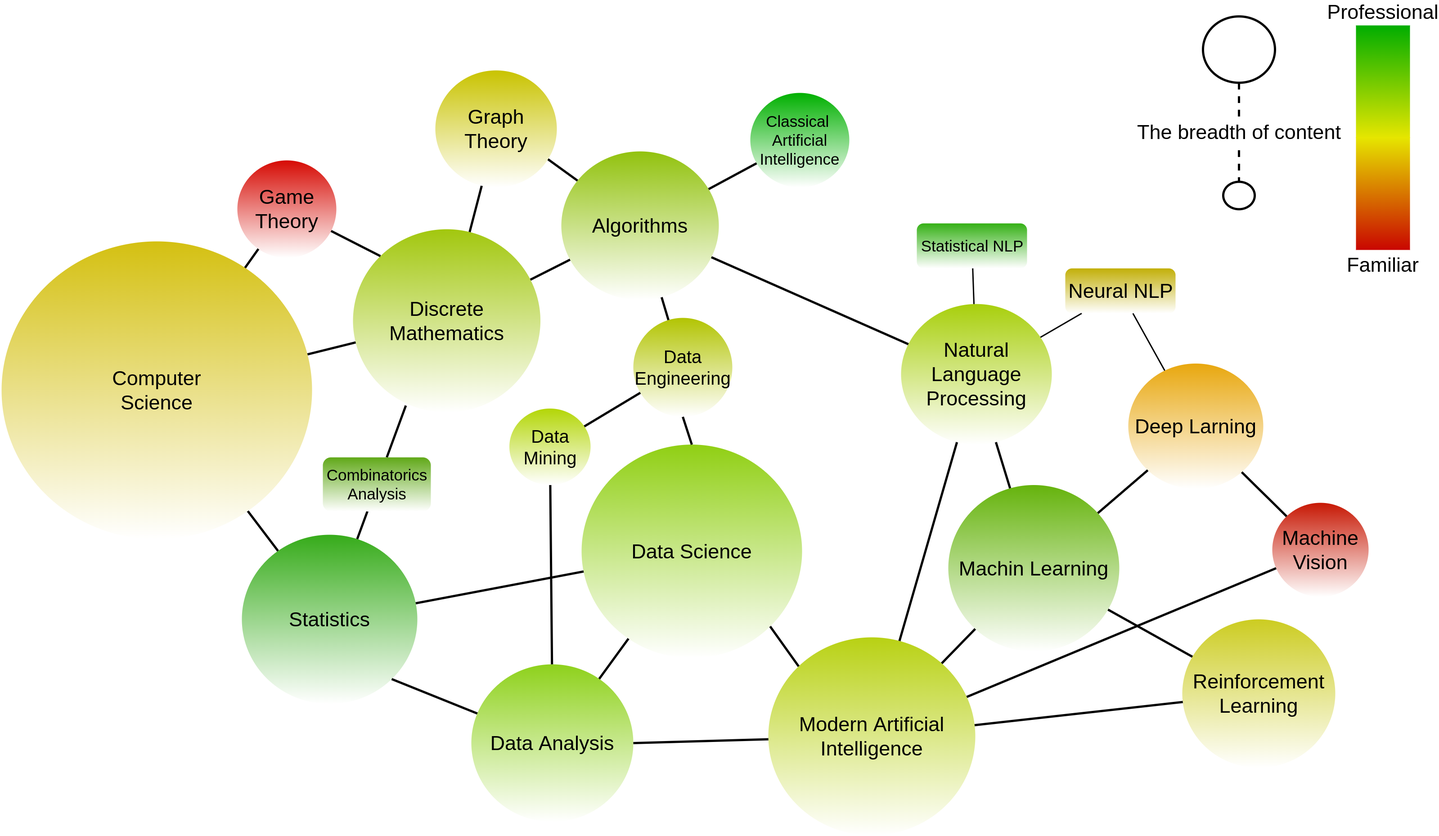
Before: images/Me and Science.png, a diagram exported from draw.io (TheShayegh/TheShayegh.github.io). Source tidied: cells renumbered, new cells last; positions are measured from the earlier drawing's top-left corner, leaving out a move shared by most shapes. Its diagram source:
```xml
<mxGraphModel background="#ffffff">
  <root>
    <mxCell id="0" />
    <mxCell id="1" parent="0" />
    <mxCell id="2" value="Discrete Mathematics" style="ellipse;whiteSpace=wrap;html=1;shadow=0;fontFamily=Helvetica;fontSize=45;align=center;strokeWidth=3;strokeColor=none;gradientColor=#ffffff;fillColor=#A2C70E;" parent="1" vertex="1">
      <mxGeometry x="781" y="473" width="416.5" height="407" as="geometry" />
    </mxCell>
    <mxCell id="3" value="Statistics" style="ellipse;whiteSpace=wrap;html=1;shadow=0;fontFamily=Helvetica;fontSize=45;align=center;strokeWidth=3;gradientColor=#ffffff;strokeColor=none;fillColor=#36AB1A;" parent="1" vertex="1">
      <mxGeometry x="534" y="1152" width="390" height="376" as="geometry" />
    </mxCell>
    <mxCell id="4" value="Data Science" style="ellipse;whiteSpace=wrap;html=1;shadow=0;fontFamily=Helvetica;fontSize=45;align=center;strokeWidth=3;strokeColor=none;gradientColor=#ffffff;fillColor=#90CF13;" parent="1" vertex="1">
      <mxGeometry x="1289" y="951.6" width="490" height="474.4" as="geometry" />
    </mxCell>
    <mxCell id="5" value="Modern Artificial Intelligence" style="ellipse;whiteSpace=wrap;html=1;shadow=0;fontFamily=Helvetica;fontSize=45;align=center;strokeWidth=3;strokeColor=none;gradientColor=#ffffff;fillColor=#B8D113;" parent="1" vertex="1">
      <mxGeometry x="1704" y="1380" width="460" height="440" as="geometry" />
    </mxCell>
    <mxCell id="6" value="Natural Language Processing" style="ellipse;whiteSpace=wrap;html=1;shadow=0;fontFamily=Helvetica;fontSize=45;align=center;strokeWidth=3;strokeColor=none;gradientColor=#ffffff;fillColor=#A8CF0C;" parent="1" vertex="1">
      <mxGeometry x="1999" y="639.2" width="335" height="312.4" as="geometry" />
    </mxCell>
    <mxCell id="7" value="Data Analysis" style="ellipse;whiteSpace=wrap;html=1;shadow=0;fontFamily=Helvetica;fontSize=45;align=center;strokeWidth=3;gradientColor=#ffffff;strokeColor=none;fillColor=#8ED11B;" parent="1" vertex="1">
      <mxGeometry x="1044" y="1440" width="360" height="350" as="geometry" />
    </mxCell>
    <mxCell id="8" style="endArrow=none;strokeWidth=5;html=1;fontSize=45;" parent="1" edge="1" source="18" target="2">
      <mxGeometry relative="1" as="geometry" />
    </mxCell>
    <mxCell id="9" style="endArrow=none;strokeWidth=5;html=1;fontSize=45;" parent="1" edge="1" source="18" target="3">
      <mxGeometry relative="1" as="geometry" />
    </mxCell>
    <mxCell id="10" style="endArrow=none;strokeWidth=5;html=1;fontSize=45;" parent="1" edge="1" source="3" target="4">
      <mxGeometry relative="1" as="geometry" />
    </mxCell>
    <mxCell id="11" style="endArrow=none;strokeWidth=5;html=1;exitX=1;exitY=0.5;exitDx=0;exitDy=0;fontSize=45;" parent="1" edge="1" source="7" target="5">
      <mxGeometry relative="1" as="geometry" />
    </mxCell>
    <mxCell id="12" style="edgeStyle=none;endArrow=none;strokeWidth=5;html=1;fontSize=45;" parent="1" edge="1" source="4" target="7">
      <mxGeometry x="1022.5" y="83.1" as="geometry" />
    </mxCell>
    <mxCell id="13" style="edgeStyle=none;endArrow=none;strokeWidth=5;html=1;fontSize=45;" parent="1" edge="1" source="2" target="24">
      <mxGeometry x="127.5" y="21.5" as="geometry" />
    </mxCell>
    <mxCell id="14" style="edgeStyle=none;endArrow=none;strokeWidth=5;html=1;fontSize=45;" parent="1" edge="1" source="6" target="26">
      <mxGeometry x="1261.5" y="-314.4" as="geometry" />
    </mxCell>
    <mxCell id="15" style="edgeStyle=none;endArrow=none;strokeWidth=5;html=1;fontSize=45;" parent="1" edge="1" source="6" target="5">
      <mxGeometry x="1261.5" y="-314.4" as="geometry" />
    </mxCell>
    <mxCell id="16" style="edgeStyle=none;endArrow=none;strokeWidth=5;html=1;fontSize=45;" parent="1" edge="1" source="7" target="33">
      <mxGeometry x="2062.5" y="-468.4" as="geometry" />
    </mxCell>
    <mxCell id="17" style="edgeStyle=orthogonalEdgeStyle;rounded=0;html=1;exitX=0.75;exitY=0;entryX=0.75;entryY=0;startArrow=none;startFill=0;endArrow=block;endFill=1;jettySize=auto;orthogonalLoop=1;strokeColor=#12aab5;strokeWidth=6;fontSize=45;fontColor=#2F5B7C;" parent="1" edge="1">
      <mxGeometry relative="1" as="geometry">
        <mxPoint x="264" y="1495" as="sourcePoint" />
        <mxPoint x="264" y="1495" as="targetPoint" />
      </mxGeometry>
    </mxCell>
    <mxCell id="18" value="Computer&lt;br style=&quot;font-size: 45px;&quot;&gt;Science" style="ellipse;whiteSpace=wrap;html=1;shadow=0;fontFamily=Helvetica;fontSize=45;align=center;strokeWidth=6;fontStyle=0;gradientColor=#ffffff;strokeColor=none;fillColor=#D4C011;" parent="1" vertex="1">
      <mxGeometry y="500" width="690" height="662" as="geometry" />
    </mxCell>
    <mxCell id="19" value="Algorithms" style="ellipse;whiteSpace=wrap;html=1;shadow=0;fontFamily=Helvetica;fontSize=45;align=center;strokeWidth=3;strokeColor=none;gradientColor=#ffffff;fillColor=#92C20E;" parent="1" vertex="1">
      <mxGeometry x="1244" y="300" width="350" height="330.4" as="geometry" />
    </mxCell>
    <mxCell id="20" style="edgeStyle=none;endArrow=none;strokeWidth=5;html=1;fontSize=45;" parent="1" edge="1" source="19" target="23">
      <mxGeometry x="-237.5" y="-750" as="geometry" />
    </mxCell>
    <mxCell id="21" style="edgeStyle=none;endArrow=none;strokeWidth=5;html=1;fontSize=45;" parent="1" edge="1" source="19" target="2">
      <mxGeometry x="-237.5" y="-750" as="geometry" />
    </mxCell>
    <mxCell id="22" style="edgeStyle=none;endArrow=none;strokeWidth=5;html=1;fontSize=45;" parent="1" edge="1" source="19">
      <mxGeometry x="-237.5" y="-750" as="geometry">
        <mxPoint x="1204" y="310" as="targetPoint" />
      </mxGeometry>
    </mxCell>
    <mxCell id="23" value="Classical&amp;nbsp;&lt;br style=&quot;font-size: 35px;&quot;&gt;Artificial Intelligence" style="ellipse;whiteSpace=wrap;html=1;shadow=0;fontFamily=Helvetica;fontSize=35;align=center;strokeWidth=3;strokeColor=none;gradientColor=#ffffff;fillColor=#00B000;" parent="1" vertex="1">
      <mxGeometry x="1664" y="170" width="220" height="210" as="geometry" />
    </mxCell>
    <mxCell id="24" value="Graph Theory" style="ellipse;whiteSpace=wrap;html=1;shadow=0;fontFamily=Helvetica;fontSize=45;align=center;strokeWidth=3;strokeColor=none;gradientColor=#ffffff;fillColor=#C9C300;" parent="1" vertex="1">
      <mxGeometry x="964" y="120" width="270" height="260" as="geometry" />
    </mxCell>
    <mxCell id="25" value="Deep Larning" style="ellipse;whiteSpace=wrap;html=1;shadow=0;fontFamily=Helvetica;fontSize=45;align=center;strokeWidth=3;strokeColor=none;gradientColor=#ffffff;fillColor=#E8A70E;" parent="1" vertex="1">
      <mxGeometry x="2504" y="771.5" width="300" height="278.5" as="geometry" />
    </mxCell>
    <mxCell id="26" value="Machin Learning" style="ellipse;whiteSpace=wrap;html=1;shadow=0;fontFamily=Helvetica;fontSize=45;align=center;strokeWidth=3;strokeColor=none;gradientColor=#ffffff;fillColor=#65B30C;" parent="1" vertex="1">
      <mxGeometry x="2104" y="1041.5" width="380" height="370" as="geometry" />
    </mxCell>
    <mxCell id="27" style="edgeStyle=none;endArrow=none;strokeWidth=5;html=1;fontSize=45;" parent="1" edge="1" source="5" target="26">
      <mxGeometry x="1271.5" y="-304.4" as="geometry" />
    </mxCell>
    <mxCell id="28" style="edgeStyle=none;endArrow=none;strokeWidth=5;html=1;entryX=0;entryY=1;entryDx=0;entryDy=0;fontSize=45;" parent="1" edge="1" source="26" target="25">
      <mxGeometry x="1281.5" y="-294.4" as="geometry" />
    </mxCell>
    <mxCell id="29" value="Reinforcement Learning" style="ellipse;whiteSpace=wrap;html=1;shadow=0;fontFamily=Helvetica;fontSize=45;align=center;strokeWidth=3;strokeColor=none;gradientColor=#ffffff;fillColor=#CCCC21;" parent="1" vertex="1">
      <mxGeometry x="2624" y="1340" width="340" height="330" as="geometry" />
    </mxCell>
    <mxCell id="30" style="edgeStyle=none;endArrow=none;strokeWidth=5;html=1;fontSize=45;" parent="1" edge="1" source="5" target="29">
      <mxGeometry x="1040" y="-81.9" as="geometry" />
    </mxCell>
    <mxCell id="31" value="Machine Vision" style="ellipse;whiteSpace=wrap;html=1;shadow=0;fontFamily=Helvetica;fontSize=45;align=center;strokeWidth=3;strokeColor=none;gradientColor=#ffffff;fillColor=#C71804;" parent="1" vertex="1">
      <mxGeometry x="2824" y="1081" width="214" height="209" as="geometry" />
    </mxCell>
    <mxCell id="32" style="edgeStyle=none;endArrow=none;strokeWidth=5;html=1;fontSize=45;" parent="1" edge="1" source="5" target="31">
      <mxGeometry x="1050" y="-71.9" as="geometry" />
    </mxCell>
    <mxCell id="33" value="Data Mining" style="ellipse;whiteSpace=wrap;html=1;shadow=0;fontFamily=Helvetica;fontSize=40;align=center;strokeWidth=3;strokeColor=none;gradientColor=#ffffff;fillColor=#B3D606;" parent="1" vertex="1">
      <mxGeometry x="1128.5" y="871.5" width="180.5" height="170" as="geometry" />
    </mxCell>
    <mxCell id="34" value="Data Engineering" style="ellipse;whiteSpace=wrap;html=1;shadow=0;fontFamily=Helvetica;fontSize=40;align=center;strokeWidth=3;strokeColor=none;gradientColor=#ffffff;fillColor=#B2C402;" parent="1" vertex="1">
      <mxGeometry x="1404" y="670" width="220" height="220" as="geometry" />
    </mxCell>
    <mxCell id="35" style="edgeStyle=none;endArrow=none;strokeWidth=5;html=1;exitX=0.5;exitY=0;exitDx=0;exitDy=0;entryX=0.5;entryY=1;entryDx=0;entryDy=0;fontSize=45;" parent="1" edge="1" source="4" target="34">
      <mxGeometry x="2072.5" y="-458.4" as="geometry" />
    </mxCell>
    <mxCell id="36" value="Game Theory" style="ellipse;whiteSpace=wrap;html=1;shadow=0;fontFamily=Helvetica;fontSize=45;align=center;strokeWidth=3;gradientColor=#ffffff;strokeColor=none;fillColor=#D60B04;" parent="1" vertex="1">
      <mxGeometry x="524" y="320" width="220" height="216.5" as="geometry" />
    </mxCell>
    <mxCell id="37" style="edgeStyle=none;endArrow=none;strokeWidth=5;html=1;exitX=0;exitY=0;exitDx=0;exitDy=0;fontSize=45;" parent="1" edge="1" source="2" target="36">
      <mxGeometry x="137.5" y="31.5" as="geometry" />
    </mxCell>
    <mxCell id="38" style="endArrow=none;strokeWidth=5;html=1;fontSize=45;" parent="1" edge="1" source="18" target="36">
      <mxGeometry relative="1" as="geometry" />
    </mxCell>
    <mxCell id="39" style="endArrow=none;strokeWidth=5;html=1;fontSize=45;exitX=0.282;exitY=0.963;exitDx=0;exitDy=0;exitPerimeter=0;" parent="1" edge="1" source="2" target="53">
      <mxGeometry relative="1" as="geometry" />
    </mxCell>
    <mxCell id="40" style="endArrow=none;strokeWidth=5;html=1;fontSize=45;" parent="1" edge="1" source="3" target="53">
      <mxGeometry relative="1" as="geometry" />
    </mxCell>
    <mxCell id="41" style="edgeStyle=none;endArrow=none;strokeWidth=5;html=1;fontSize=45;" parent="1" edge="1" source="19" target="34">
      <mxGeometry x="2082.5" y="-448.4" as="geometry" />
    </mxCell>
    <mxCell id="42" style="endArrow=none;strokeWidth=5;html=1;fontSize=45;entryX=1;entryY=1;entryDx=0;entryDy=0;" parent="1" edge="1" source="7" target="3">
      <mxGeometry relative="1" as="geometry" />
    </mxCell>
    <mxCell id="43" style="endArrow=none;strokeWidth=5;html=1;exitX=1;exitY=1;exitDx=0;exitDy=0;entryX=0;entryY=0;entryDx=0;entryDy=0;fontSize=45;" parent="1" edge="1" source="4" target="5">
      <mxGeometry relative="1" as="geometry" />
    </mxCell>
    <mxCell id="44" style="edgeStyle=none;endArrow=none;strokeWidth=5;html=1;fontSize=45;" parent="1" edge="1" source="34" target="33">
      <mxGeometry x="2092.5" y="-438.4" as="geometry" />
    </mxCell>
    <mxCell id="45" style="edgeStyle=none;endArrow=none;strokeWidth=5;html=1;fontSize=45;" parent="1" edge="1" source="25" target="31">
      <mxGeometry x="1271.5" y="-304.4" as="geometry" />
    </mxCell>
    <mxCell id="46" style="edgeStyle=none;endArrow=none;strokeWidth=5;html=1;fontSize=45;" parent="1" edge="1" source="26" target="29">
      <mxGeometry x="1050" y="-71.9" as="geometry" />
    </mxCell>
    <mxCell id="47" value="Statistical NLP" style="rounded=1;strokeColor=none;strokeWidth=3;shadow=0;html=1;fontSize=35;gradientColor=#ffffff;fillColor=#34B015;" parent="1" vertex="1">
      <mxGeometry x="2034" y="460" width="245" height="100" as="geometry" />
    </mxCell>
    <mxCell id="48" style="edgeStyle=none;endArrow=none;strokeWidth=3;html=1;fontSize=45;" parent="1" edge="1" source="47" target="6">
      <mxGeometry x="165" y="116.5" as="geometry" />
    </mxCell>
    <mxCell id="49" value="Neural NLP" style="rounded=1;strokeColor=none;strokeWidth=3;shadow=0;html=1;fontSize=45;gradientColor=#ffffff;fillColor=#C2AF08;" parent="1" vertex="1">
      <mxGeometry x="2364" y="560" width="245" height="100" as="geometry" />
    </mxCell>
    <mxCell id="50" style="edgeStyle=none;endArrow=none;strokeWidth=3;html=1;fontSize=45;" parent="1" edge="1" source="49" target="6">
      <mxGeometry x="175" y="126.5" as="geometry" />
    </mxCell>
    <mxCell id="51" style="edgeStyle=none;endArrow=none;strokeWidth=3;html=1;fontSize=45;" parent="1" edge="1" source="49" target="25">
      <mxGeometry x="185" y="136.5" as="geometry" />
    </mxCell>
    <mxCell id="52" style="endArrow=none;strokeWidth=5;html=1;fontSize=45;" parent="1" edge="1" source="6" target="19">
      <mxGeometry relative="1" as="geometry" />
    </mxCell>
    <mxCell id="53" value="Combinatorics&lt;br style=&quot;font-size: 35px;&quot;&gt;Analysis" style="rounded=1;strokeColor=none;strokeWidth=3;shadow=0;html=1;fontSize=35;gradientColor=#ffffff;fillColor=#60A818;" parent="1" vertex="1">
      <mxGeometry x="714" y="980" width="240" height="120" as="geometry" />
    </mxCell>
    <mxCell id="54" value="Professional" style="whiteSpace=wrap;html=1;fontSize=45;gradientDirection=south;strokeColor=none;labelPosition=center;verticalLabelPosition=top;align=center;verticalAlign=bottom;gradientColor=#E6E600;fillColor=#00AD00;" parent="1" vertex="1">
      <mxGeometry x="3010" y="20" width="120" height="250" as="geometry" />
    </mxCell>
    <mxCell id="55" value="&lt;span style=&quot;font-size: 45px&quot;&gt;Familiar&lt;/span&gt;" style="whiteSpace=wrap;html=1;fontSize=38;gradientDirection=south;strokeColor=none;labelPosition=center;verticalLabelPosition=bottom;align=center;verticalAlign=top;gradientColor=#C90600;fillColor=#E6E600;" parent="1" vertex="1">
      <mxGeometry x="3010" y="269" width="120" height="250" as="geometry" />
    </mxCell>
    <mxCell id="56" style="ellipse;whiteSpace=wrap;html=1;shadow=0;fontFamily=Helvetica;fontSize=45;align=center;strokeWidth=5;fillColor=none;" parent="1" vertex="1">
      <mxGeometry x="2670" width="160" height="147.4" as="geometry" />
    </mxCell>
    <mxCell id="57" style="ellipse;whiteSpace=wrap;html=1;shadow=0;fontFamily=Helvetica;fontSize=45;align=center;strokeWidth=5;fillColor=none;" parent="1" vertex="1">
      <mxGeometry x="2715" y="367.6" width="70" height="60.9" as="geometry" />
    </mxCell>
    <mxCell id="58" value="The breadth of content" style="endArrow=none;strokeWidth=5;html=1;fontSize=45;exitX=0.5;exitY=1;exitDx=0;exitDy=0;entryX=0.5;entryY=0;entryDx=0;entryDy=0;dashed=1;" parent="1" edge="1" source="56" target="57">
      <mxGeometry relative="1" as="geometry" />
    </mxCell>
  </root>
</mxGraphModel>
```
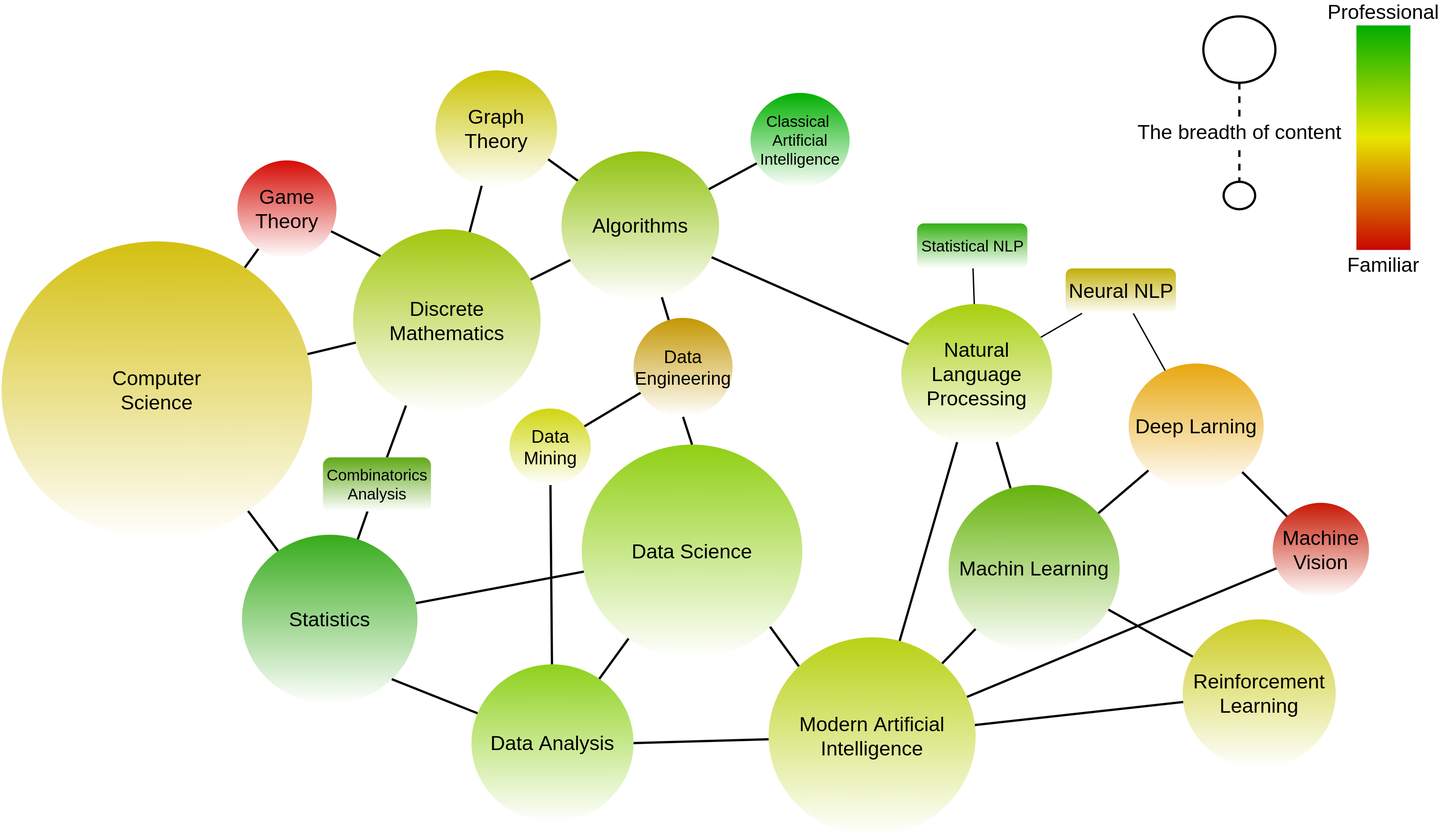
The same diagram one commit later.

Diff of the diagram source:
```diff
@@ -100,10 +100,10 @@
     <mxCell id="32" style="edgeStyle=none;endArrow=none;strokeWidth=5;html=1;fontSize=45;" parent="1" edge="1" source="5" target="31">
       <mxGeometry x="1050" y="-71.9" as="geometry" />
     </mxCell>
-    <mxCell id="33" value="Data Mining" style="ellipse;whiteSpace=wrap;html=1;shadow=0;fontFamily=Helvetica;fontSize=40;align=center;strokeWidth=3;strokeColor=none;gradientColor=#ffffff;fillColor=#B3D606;" parent="1" vertex="1">
+    <mxCell id="33" value="Data Mining" style="ellipse;whiteSpace=wrap;html=1;shadow=0;fontFamily=Helvetica;fontSize=40;align=center;strokeWidth=3;strokeColor=none;gradientColor=#ffffff;fillColor=#CFD60D;" parent="1" vertex="1">
       <mxGeometry x="1128.5" y="871.5" width="180.5" height="170" as="geometry" />
     </mxCell>
-    <mxCell id="34" value="Data Engineering" style="ellipse;whiteSpace=wrap;html=1;shadow=0;fontFamily=Helvetica;fontSize=40;align=center;strokeWidth=3;strokeColor=none;gradientColor=#ffffff;fillColor=#B2C402;" parent="1" vertex="1">
+    <mxCell id="34" value="Data Engineering" style="ellipse;whiteSpace=wrap;html=1;shadow=0;fontFamily=Helvetica;fontSize=40;align=center;strokeWidth=3;strokeColor=none;gradientColor=#ffffff;fillColor=#C49702;" parent="1" vertex="1">
       <mxGeometry x="1404" y="670" width="220" height="220" as="geometry" />
     </mxCell>
     <mxCell id="35" style="edgeStyle=none;endArrow=none;strokeWidth=5;html=1;exitX=0.5;exitY=0;exitDx=0;exitDy=0;entryX=0.5;entryY=1;entryDx=0;entryDy=0;fontSize=45;" parent="1" edge="1" source="4" target="34">
```
